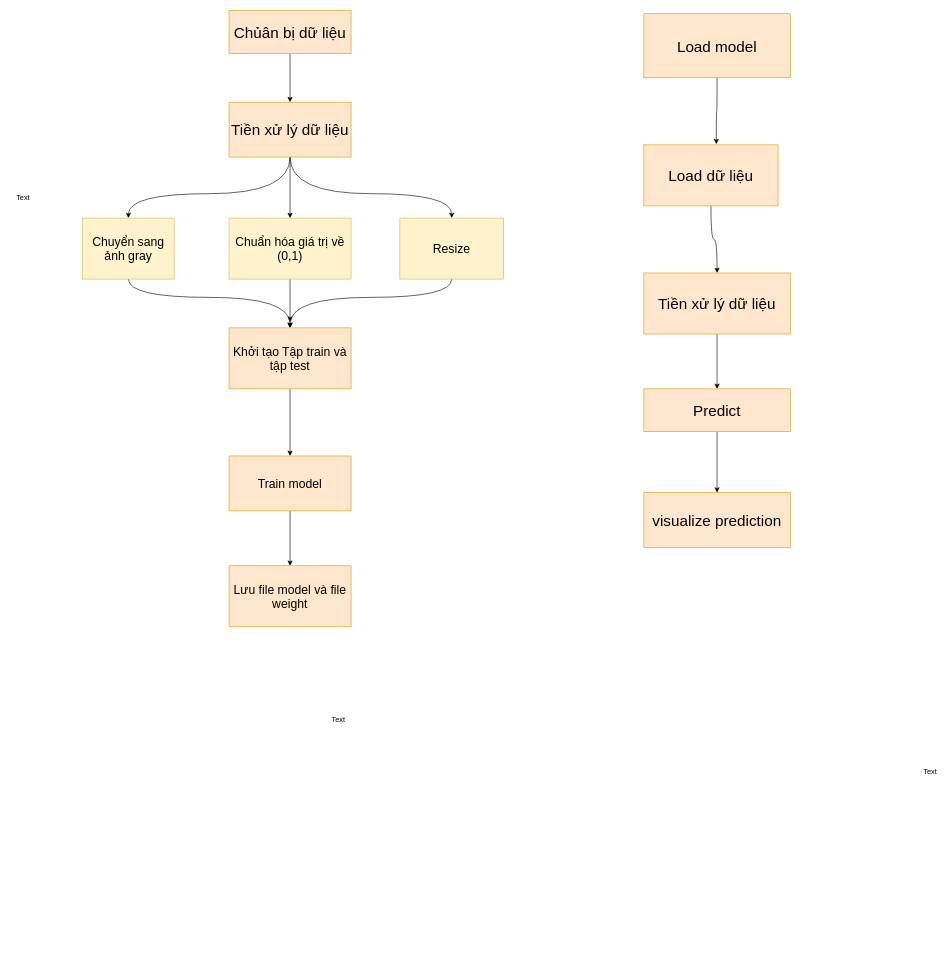
Above: Model_Tieu_Luan.drawio in vanlongvl99/Tieu_luan_dieu_khien_thong_minh (draw.io), before the change. Source tidied: cells renumbered, new cells numbered last; positions are measured from the earlier drawing's top-left corner, leaving out a move shared by most shapes. Both pictures are drawn from the tidied source at 61%, with x=0, y=0 at pixel (10, 10).
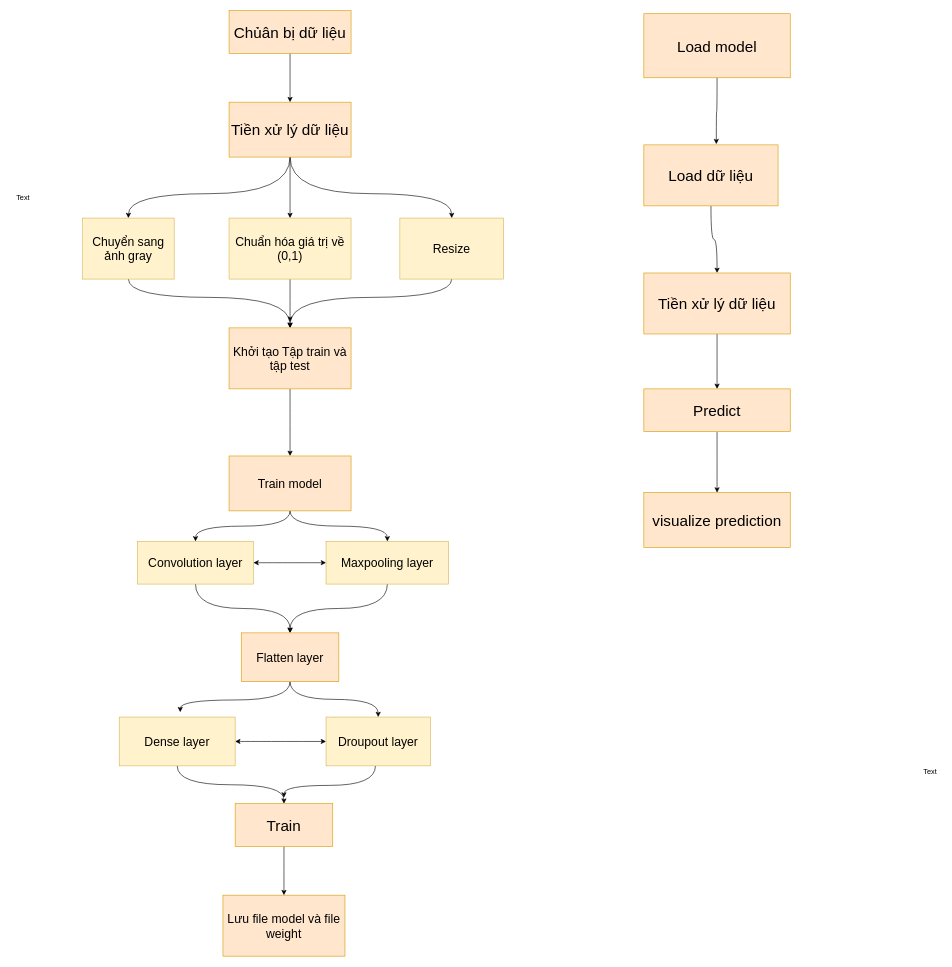
After the change.

Unchanged cells that the change refers to:
```xml
<mxCell id="17" value="&lt;font style=&quot;font-size: 20px&quot;&gt;Train model&lt;/font&gt;" style="rounded=0;whiteSpace=wrap;html=1;fillColor=#ffe6cc;strokeColor=#d79b00;" parent="1" vertex="1">
  <mxGeometry x="358" y="730" width="200" height="90" as="geometry" />
</mxCell>
```

What changed in the source:
```diff
@@
-    <mxCell id="16" style="edgeStyle=orthogonalEdgeStyle;curved=1;rounded=0;jettySize=auto;html=1;" parent="1" edge="1" source="17" target="18">
-      <mxGeometry relative="1" as="geometry" />
-    </mxCell>
+    <mxCell id="31" style="edgeStyle=orthogonalEdgeStyle;curved=1;rounded=0;jettySize=auto;html=1;entryX=0.5;entryY=0;entryDx=0;entryDy=0;" parent="1" edge="1" source="17" target="35">
+      <mxGeometry relative="1" as="geometry" />
+    </mxCell>
+    <mxCell id="32" style="edgeStyle=orthogonalEdgeStyle;curved=1;rounded=0;jettySize=auto;html=1;entryX=0.5;entryY=0;entryDx=0;entryDy=0;" parent="1" edge="1" source="17" target="37">
+      <mxGeometry relative="1" as="geometry" />
+    </mxCell>
@@
     <mxCell id="18" value="&lt;font style=&quot;font-size: 20px&quot;&gt;Lưu file model và file weight&lt;/font&gt;" style="rounded=0;whiteSpace=wrap;html=1;fillColor=#ffe6cc;strokeColor=#d79b00;" parent="1" vertex="1">
-      <mxGeometry x="358" y="910" width="200" height="100" as="geometry" />
+      <mxGeometry x="348" y="1450" width="200" height="100" as="geometry" />
     </mxCell>
@@
+    <mxCell id="33" style="edgeStyle=orthogonalEdgeStyle;curved=1;rounded=0;jettySize=auto;html=1;entryX=0;entryY=0.5;entryDx=0;entryDy=0;startArrow=classic;startFill=1;" parent="1" edge="1" source="35" target="37">
+      <mxGeometry relative="1" as="geometry" />
+    </mxCell>
+    <mxCell id="34" style="edgeStyle=orthogonalEdgeStyle;curved=1;rounded=0;jettySize=auto;html=1;" parent="1" edge="1" source="35" target="45">
+      <mxGeometry relative="1" as="geometry" />
+    </mxCell>
+    <mxCell id="35" value="&lt;font style=&quot;font-size: 20px&quot;&gt;Convolution layer&lt;/font&gt;" style="rounded=0;whiteSpace=wrap;html=1;strokeWidth=1;fillColor=#fff2cc;strokeColor=#d6b656;" parent="1" vertex="1">
+      <mxGeometry x="208" y="870" width="190" height="70" as="geometry" />
+    </mxCell>
+    <mxCell id="36" style="edgeStyle=orthogonalEdgeStyle;curved=1;rounded=0;jettySize=auto;html=1;entryX=0.5;entryY=0;entryDx=0;entryDy=0;" parent="1" edge="1" source="37" target="45">
+      <mxGeometry relative="1" as="geometry" />
+    </mxCell>
+    <mxCell id="37" value="&lt;font style=&quot;font-size: 20px&quot;&gt;Maxpooling layer&lt;/font&gt;" style="rounded=0;whiteSpace=wrap;html=1;strokeWidth=1;fillColor=#fff2cc;strokeColor=#d6b656;" parent="1" vertex="1">
+      <mxGeometry x="517" y="870" width="201" height="70" as="geometry" />
+    </mxCell>
+    <mxCell id="38" style="edgeStyle=orthogonalEdgeStyle;curved=1;rounded=0;jettySize=auto;html=1;entryX=0;entryY=0.5;entryDx=0;entryDy=0;startArrow=classic;startFill=1;" parent="1" edge="1" source="40" target="42">
+      <mxGeometry relative="1" as="geometry" />
+    </mxCell>
+    <mxCell id="39" style="edgeStyle=orthogonalEdgeStyle;curved=1;rounded=0;jettySize=auto;html=1;startArrow=none;startFill=0;" parent="1" edge="1" source="40" target="47">
+      <mxGeometry relative="1" as="geometry" />
+    </mxCell>
+    <mxCell id="40" value="&lt;font style=&quot;font-size: 20px&quot;&gt;Dense layer&lt;/font&gt;" style="rounded=0;whiteSpace=wrap;html=1;strokeWidth=1;fillColor=#fff2cc;strokeColor=#d6b656;" parent="1" vertex="1">
+      <mxGeometry x="178" y="1158" width="190" height="80" as="geometry" />
+    </mxCell>
+    <mxCell id="41" style="edgeStyle=orthogonalEdgeStyle;curved=1;rounded=0;jettySize=auto;html=1;startArrow=none;startFill=0;" parent="1" edge="1" source="42">
+      <mxGeometry relative="1" as="geometry">
+        <mxPoint x="448" y="1290" as="targetPoint" />
+        <Array as="points">
+          <mxPoint x="598" y="1270" />
+          <mxPoint x="448" y="1270" />
+        </Array>
+      </mxGeometry>
+    </mxCell>
+    <mxCell id="42" value="&lt;font style=&quot;font-size: 20px&quot;&gt;Droupout layer&lt;/font&gt;" style="rounded=0;whiteSpace=wrap;html=1;strokeWidth=1;fillColor=#fff2cc;strokeColor=#d6b656;" parent="1" vertex="1">
+      <mxGeometry x="517" y="1158" width="171" height="80" as="geometry" />
+    </mxCell>
+    <mxCell id="43" style="edgeStyle=orthogonalEdgeStyle;curved=1;rounded=0;jettySize=auto;html=1;" parent="1" edge="1" source="45">
+      <mxGeometry relative="1" as="geometry">
+        <mxPoint x="278" y="1150" as="targetPoint" />
+        <Array as="points">
+          <mxPoint x="458" y="1130" />
+          <mxPoint x="278" y="1130" />
+        </Array>
+      </mxGeometry>
+    </mxCell>
+    <mxCell id="44" style="edgeStyle=orthogonalEdgeStyle;curved=1;rounded=0;jettySize=auto;html=1;entryX=0.5;entryY=0;entryDx=0;entryDy=0;" parent="1" edge="1" source="45" target="42">
+      <mxGeometry relative="1" as="geometry" />
+    </mxCell>
+    <mxCell id="45" value="&lt;font style=&quot;font-size: 20px&quot;&gt;Flatten layer&lt;/font&gt;" style="rounded=0;whiteSpace=wrap;html=1;strokeWidth=1;fillColor=#ffe6cc;strokeColor=#d79b00;" parent="1" vertex="1">
+      <mxGeometry x="378" y="1020" width="160" height="80" as="geometry" />
+    </mxCell>
+    <mxCell id="46" style="edgeStyle=orthogonalEdgeStyle;curved=1;rounded=0;jettySize=auto;html=1;entryX=0.5;entryY=0;entryDx=0;entryDy=0;startArrow=none;startFill=0;" parent="1" edge="1" source="47" target="18">
+      <mxGeometry relative="1" as="geometry" />
+    </mxCell>
+    <mxCell id="47" value="&lt;font style=&quot;font-size: 25px&quot;&gt;Train&lt;/font&gt;" style="rounded=0;whiteSpace=wrap;html=1;strokeWidth=1;fillColor=#ffe6cc;strokeColor=#d79b00;" parent="1" vertex="1">
+      <mxGeometry x="368" y="1300" width="160" height="70" as="geometry" />
+    </mxCell>
```
